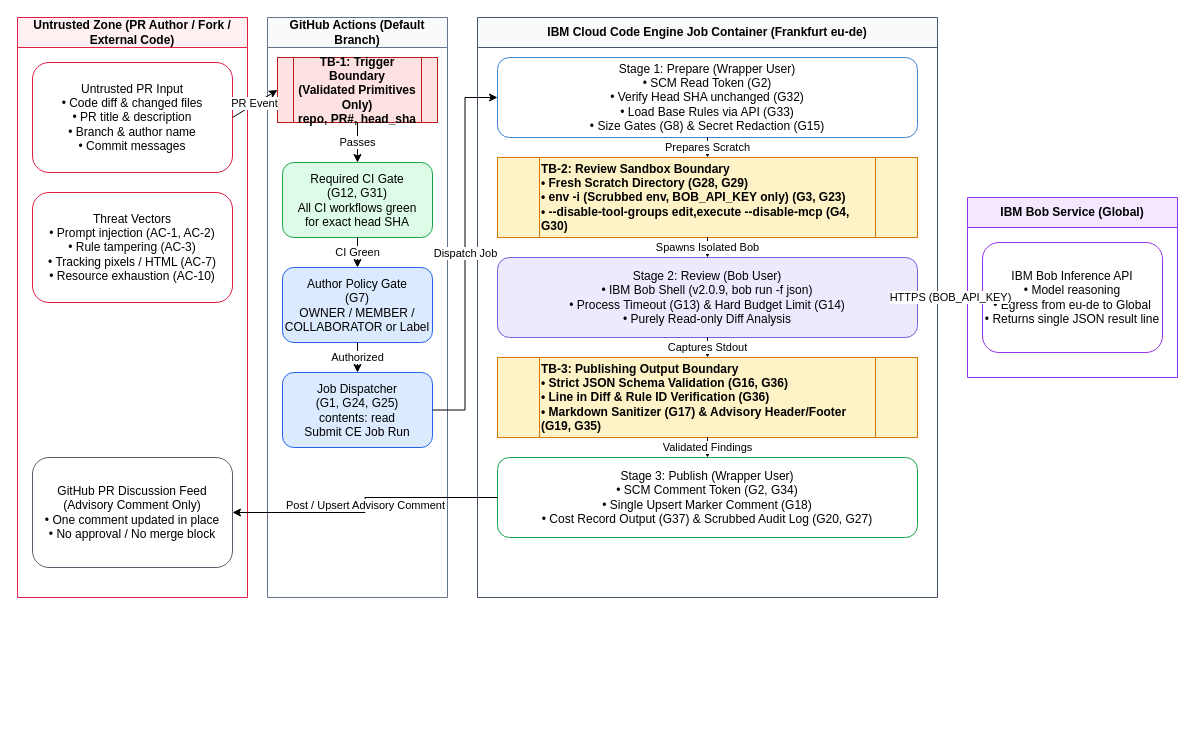
paolob67/pr-review-agent keeps this draw.io diagram as docs/diagrams/trust-boundaries.drawio. Above is the earlier version. Source tidied: cells renumbered, new cells numbered last; positions are measured from the earlier drawing's top-left corner, leaving out a move shared by most shapes. Both pictures are drawn from the tidied source at 100%, with x=0, y=0 at pixel (17, 17).
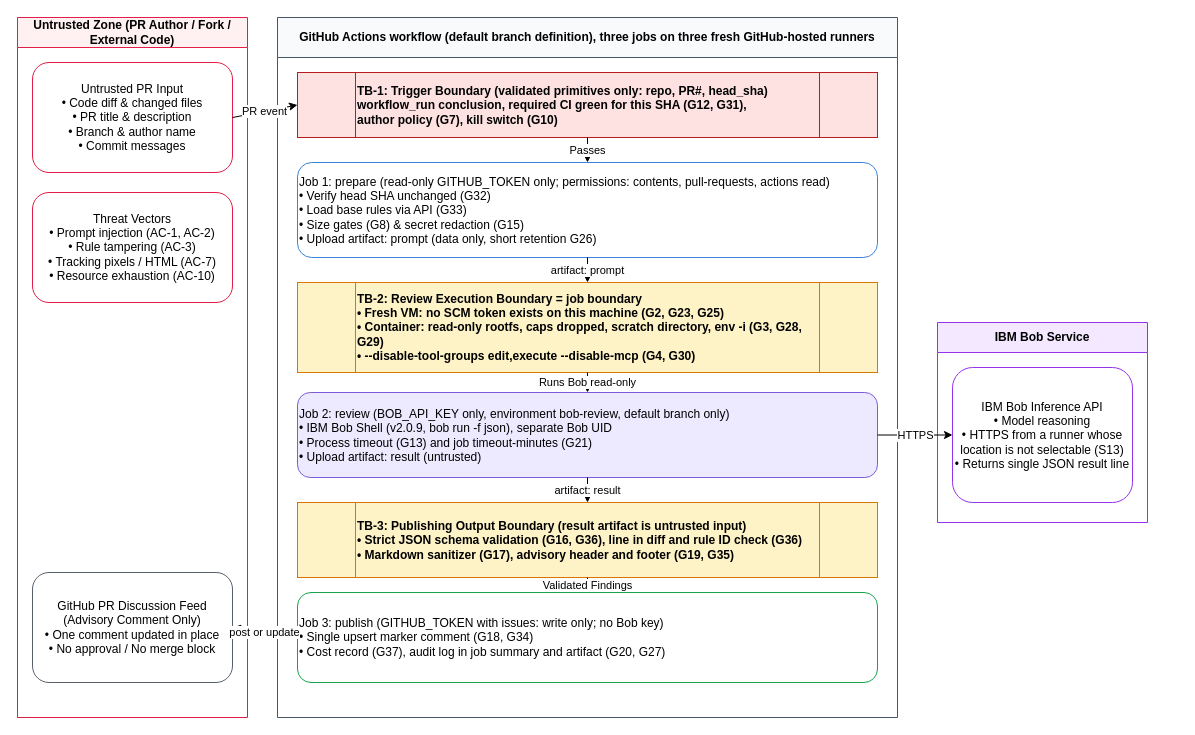
The same page after the edit.

Diff of the diagram source:
```diff
@@
     <mxCell id="2" value="Untrusted Zone (PR Author / Fork / External Code)" style="swimlane;whiteSpace=wrap;html=1;fillColor=#fff1f2;strokeColor=#e11d48;fontStyle=1;startSize=30;" parent="1" vertex="1">
-      <mxGeometry width="230" height="580" as="geometry" />
+      <mxGeometry width="230" height="700" as="geometry" />
     </mxCell>
-    <mxCell id="3" value="Untrusted PR Input&#10;• Code diff &amp;amp; changed files&#10;• PR title &amp;amp; description&#10;• Branch &amp;amp; author name&#10;• Commit messages" style="rounded=1;whiteSpace=wrap;html=1;fillColor=#ffffff;strokeColor=#e11d48;" parent="2" vertex="1">
+    <mxCell id="3" value="Untrusted PR Input&#10;• Code diff &amp; changed files&#10;• PR title &amp; description&#10;• Branch &amp; author name&#10;• Commit messages" style="rounded=1;whiteSpace=wrap;html=1;fillColor=#ffffff;strokeColor=#e11d48;" parent="2" vertex="1">
       <mxGeometry x="15" y="45" width="200" height="110" as="geometry" />
     </mxCell>
@@
     <mxCell id="5" value="GitHub PR Discussion Feed&#10;(Advisory Comment Only)&#10;• One comment updated in place&#10;• No approval / No merge block" style="rounded=1;whiteSpace=wrap;html=1;fillColor=#ffffff;strokeColor=#57606a;" parent="2" vertex="1">
-      <mxGeometry x="15" y="440" width="200" height="110" as="geometry" />
+      <mxGeometry x="15" y="555" width="200" height="110" as="geometry" />
     </mxCell>
-    <mxCell id="6" value="GitHub Actions (Default Branch)" style="swimlane;whiteSpace=wrap;html=1;fillColor=#f8fafc;strokeColor=#64748b;fontStyle=1;startSize=30;" parent="1" vertex="1">
-      <mxGeometry x="250" width="180" height="580" as="geometry" />
-    </mxCell>
+    <mxCell id="30" value="GitHub Actions workflow (default branch definition), three jobs on three fresh GitHub-hosted runners" style="swimlane;whiteSpace=wrap;html=1;fillColor=#f8fafc;strokeColor=#475569;fontStyle=1;startSize=40;" parent="1" vertex="1">
+      <mxGeometry x="260" width="620" height="700" as="geometry" />
+    </mxCell>
-    <mxCell id="7" value="TB-1: Trigger Boundary&#10;(Validated Primitives Only)&#10;repo, PR#, head_sha" style="shape=process;whiteSpace=wrap;html=1;backgroundOutline=1;fillColor=#fee2e2;strokeColor=#b91c1c;fontStyle=1;" parent="6" vertex="1">
-      <mxGeometry x="10" y="40" width="160" height="65" as="geometry" />
+    <mxCell id="7" value="TB-1: Trigger Boundary (validated primitives only: repo, PR#, head_sha)&#10;workflow_run conclusion, required CI green for this SHA (G12, G31),&#10;author policy (G7), kill switch (G10)" style="shape=process;whiteSpace=wrap;html=1;backgroundOutline=1;fillColor=#fee2e2;strokeColor=#b91c1c;fontStyle=1;align=left;" parent="30" vertex="1">
+      <mxGeometry x="20" y="55" width="580" height="65" as="geometry" />
     </mxCell>
-    <mxCell id="8" value="Required CI Gate&#10;(G12, G31)&#10;All CI workflows green&#10;for exact head SHA" style="rounded=1;whiteSpace=wrap;html=1;fillColor=#dcfce7;strokeColor=#16a34a;" parent="6" vertex="1">
-      <mxGeometry x="15" y="145" width="150" height="75" as="geometry" />
-    </mxCell>
-    <mxCell id="9" value="Author Policy Gate&#10;(G7)&#10;OWNER / MEMBER /&#10;COLLABORATOR or Label" style="rounded=1;whiteSpace=wrap;html=1;fillColor=#dbeafe;strokeColor=#2563eb;" parent="6" vertex="1">
-      <mxGeometry x="15" y="250" width="150" height="75" as="geometry" />
-    </mxCell>
-    <mxCell id="10" value="Job Dispatcher&#10;(G1, G24, G25)&#10;contents: read&#10;Submit CE Job Run" style="rounded=1;whiteSpace=wrap;html=1;fillColor=#dbeafe;strokeColor=#2563eb;" parent="6" vertex="1">
-      <mxGeometry x="15" y="355" width="150" height="75" as="geometry" />
-    </mxCell>
-    <mxCell id="11" value="IBM Cloud Code Engine Job Container (Frankfurt eu-de)" style="swimlane;whiteSpace=wrap;html=1;fillColor=#f8fafc;strokeColor=#475569;fontStyle=1;startSize=30;" parent="1" vertex="1">
-      <mxGeometry x="460" width="460" height="580" as="geometry" />
-    </mxCell>
-    <mxCell id="12" value="Stage 1: Prepare (Wrapper User)&#10;• SCM Read Token (G2)&#10;• Verify Head SHA unchanged (G32)&#10;• Load Base Rules via API (G33)&#10;• Size Gates (G8) &amp;amp; Secret Redaction (G15)" style="rounded=1;whiteSpace=wrap;html=1;fillColor=#ffffff;strokeColor=#3b82d4;" parent="11" vertex="1">
-      <mxGeometry x="20" y="40" width="420" height="80" as="geometry" />
+    <mxCell id="12" value="Job 1: prepare (read-only GITHUB_TOKEN only; permissions: contents, pull-requests, actions read)&#10;• Verify head SHA unchanged (G32) &#10;• Load base rules via API (G33)&#10;• Size gates (G8) &amp; secret redaction (G15)&#10;• Upload artifact: prompt (data only, short retention G26)" style="rounded=1;whiteSpace=wrap;html=1;fillColor=#ffffff;strokeColor=#3b82d4;align=left;" parent="30" vertex="1">
+      <mxGeometry x="20" y="145" width="580" height="95" as="geometry" />
     </mxCell>
-    <mxCell id="13" value="TB-2: Review Sandbox Boundary&#10;• Fresh Scratch Directory (G28, G29)&#10;• env -i (Scrubbed env, BOB_API_KEY only) (G3, G23)&#10;• --disable-tool-groups edit,execute --disable-mcp (G4, G30)" style="shape=process;whiteSpace=wrap;html=1;backgroundOutline=1;fillColor=#fef3c7;strokeColor=#d97706;fontStyle=1;align=left;" parent="11" vertex="1">
-      <mxGeometry x="20" y="140" width="420" height="80" as="geometry" />
+    <mxCell id="13" value="TB-2: Review Execution Boundary = job boundary&#10;• Fresh VM: no SCM token exists on this machine (G2, G23, G25)&#10;• Container: read-only rootfs, caps dropped, scratch directory, env -i (G3, G28, G29)&#10;• --disable-tool-groups edit,execute --disable-mcp (G4, G30)" style="shape=process;whiteSpace=wrap;html=1;backgroundOutline=1;fillColor=#fef3c7;strokeColor=#d97706;fontStyle=1;align=left;" parent="30" vertex="1">
+      <mxGeometry x="20" y="265" width="580" height="90" as="geometry" />
     </mxCell>
-    <mxCell id="14" value="Stage 2: Review (Bob User)&#10;• IBM Bob Shell (v2.0.9, bob run -f json)&#10;• Process Timeout (G13) &amp;amp; Hard Budget Limit (G14)&#10;• Purely Read-only Diff Analysis" style="rounded=1;whiteSpace=wrap;html=1;fillColor=#ede9fe;strokeColor=#7c5cd8;" parent="11" vertex="1">
-      <mxGeometry x="20" y="240" width="420" height="80" as="geometry" />
+    <mxCell id="14" value="Job 2: review (BOB_API_KEY only, environment bob-review, default branch only)&#10;• IBM Bob Shell (v2.0.9, bob run -f json), separate Bob UID&#10;• Process timeout (G13) and job timeout-minutes (G21)&#10;• Upload artifact: result (untrusted)" style="rounded=1;whiteSpace=wrap;html=1;fillColor=#ede9fe;strokeColor=#7c5cd8;align=left;" parent="30" vertex="1">
+      <mxGeometry x="20" y="375" width="580" height="85" as="geometry" />
     </mxCell>
-    <mxCell id="15" value="TB-3: Publishing Output Boundary&#10;• Strict JSON Schema Validation (G16, G36)&#10;• Line in Diff &amp;amp; Rule ID Verification (G36)&#10;• Markdown Sanitizer (G17) &amp;amp; Advisory Header/Footer (G19, G35)" style="shape=process;whiteSpace=wrap;html=1;backgroundOutline=1;fillColor=#fef3c7;strokeColor=#d97706;fontStyle=1;align=left;" parent="11" vertex="1">
-      <mxGeometry x="20" y="340" width="420" height="80" as="geometry" />
+    <mxCell id="15" value="TB-3: Publishing Output Boundary (result artifact is untrusted input)&#10;• Strict JSON schema validation (G16, G36), line in diff and rule ID check (G36)&#10;• Markdown sanitizer (G17), advisory header and footer (G19, G35)" style="shape=process;whiteSpace=wrap;html=1;backgroundOutline=1;fillColor=#fef3c7;strokeColor=#d97706;fontStyle=1;align=left;" parent="30" vertex="1">
+      <mxGeometry x="20" y="485" width="580" height="75" as="geometry" />
     </mxCell>
-    <mxCell id="16" value="Stage 3: Publish (Wrapper User)&#10;• SCM Comment Token (G2, G34)&#10;• Single Upsert Marker Comment (G18)&#10;• Cost Record Output (G37) &amp;amp; Scrubbed Audit Log (G20, G27)" style="rounded=1;whiteSpace=wrap;html=1;fillColor=#ffffff;strokeColor=#16a34a;" parent="11" vertex="1">
-      <mxGeometry x="20" y="440" width="420" height="80" as="geometry" />
+    <mxCell id="16" value="Job 3: publish (GITHUB_TOKEN with issues: write only; no Bob key)&#10;• Single upsert marker comment (G18, G34) &#10;• Cost record (G37), audit log in job summary and artifact (G20, G27)" style="rounded=1;whiteSpace=wrap;html=1;fillColor=#ffffff;strokeColor=#16a34a;align=left;" parent="30" vertex="1">
+      <mxGeometry x="20" y="575" width="580" height="90" as="geometry" />
     </mxCell>
-    <mxCell id="17" value="IBM Bob Service (Global)" style="swimlane;whiteSpace=wrap;html=1;fillColor=#f3e8ff;strokeColor=#9333ea;fontStyle=1;startSize=30;" parent="1" vertex="1">
-      <mxGeometry x="950" y="180" width="210" height="180" as="geometry" />
+    <mxCell id="17" value="IBM Bob Service" style="swimlane;whiteSpace=wrap;html=1;fillColor=#f3e8ff;strokeColor=#9333ea;fontStyle=1;startSize=30;" parent="1" vertex="1">
+      <mxGeometry x="920" y="305" width="210" height="200" as="geometry" />
     </mxCell>
-    <mxCell id="18" value="IBM Bob Inference API&#10;• Model reasoning&#10;• Egress from eu-de to Global&#10;• Returns single JSON result line" style="rounded=1;whiteSpace=wrap;html=1;fillColor=#ffffff;strokeColor=#9333ea;" parent="17" vertex="1">
-      <mxGeometry x="15" y="45" width="180" height="110" as="geometry" />
+    <mxCell id="18" value="IBM Bob Inference API&#10;• Model reasoning&#10;• HTTPS from a runner whose location is not selectable (S13)&#10;• Returns single JSON result line" style="rounded=1;whiteSpace=wrap;html=1;fillColor=#ffffff;strokeColor=#9333ea;" parent="17" vertex="1">
+      <mxGeometry x="15" y="45" width="180" height="135" as="geometry" />
     </mxCell>
-    <mxCell id="19" value="PR Event" style="endArrow=classic;html=1;rounded=0;exitX=1;exitY=0.5;entryX=0;entryY=0.5;" parent="1" edge="1" source="3" target="7">
+    <mxCell id="19" value="PR event" style="endArrow=classic;html=1;rounded=0;exitX=1;exitY=0.5;entryX=0;entryY=0.5;" parent="1" edge="1" source="3" target="7">
       <mxGeometry relative="1" as="geometry" />
     </mxCell>
-    <mxCell id="20" value="Passes" style="endArrow=classic;html=1;rounded=0;exitX=0.5;exitY=1;entryX=0.5;entryY=0;" parent="6" edge="1" source="7" target="8">
+    <mxCell id="20" value="Passes" style="endArrow=classic;html=1;rounded=0;exitX=0.5;exitY=1;entryX=0.5;entryY=0;" parent="30" edge="1" source="7" target="12">
       <mxGeometry relative="1" as="geometry" />
     </mxCell>
-    <mxCell id="21" value="CI Green" style="endArrow=classic;html=1;rounded=0;exitX=0.5;exitY=1;entryX=0.5;entryY=0;" parent="6" edge="1" source="8" target="9">
-      <mxGeometry relative="1" as="geometry" />
-    </mxCell>
-    <mxCell id="22" value="Authorized" style="endArrow=classic;html=1;rounded=0;exitX=0.5;exitY=1;entryX=0.5;entryY=0;" parent="6" edge="1" source="9" target="10">
-      <mxGeometry relative="1" as="geometry" />
-    </mxCell>
-    <mxCell id="23" value="Dispatch Job" style="endArrow=classic;html=1;rounded=0;exitX=1;exitY=0.5;entryX=0;entryY=0.5;edgeStyle=orthogonalEdgeStyle;" parent="1" edge="1" source="10" target="12">
-      <mxGeometry relative="1" as="geometry" />
-    </mxCell>
-    <mxCell id="24" value="Prepares Scratch" style="endArrow=classic;html=1;rounded=0;exitX=0.5;exitY=1;entryX=0.5;entryY=0;" parent="11" edge="1" source="12" target="13">
+    <mxCell id="24" value="artifact: prompt" style="endArrow=classic;html=1;rounded=0;exitX=0.5;exitY=1;entryX=0.5;entryY=0;" parent="30" edge="1" source="12" target="13">
       <mxGeometry relative="1" as="geometry" />
     </mxCell>
-    <mxCell id="25" value="Spawns Isolated Bob" style="endArrow=classic;html=1;rounded=0;exitX=0.5;exitY=1;entryX=0.5;entryY=0;" parent="11" edge="1" source="13" target="14">
+    <mxCell id="25" value="Runs Bob read-only" style="endArrow=classic;html=1;rounded=0;exitX=0.5;exitY=1;entryX=0.5;entryY=0;" parent="30" edge="1" source="13" target="14">
       <mxGeometry relative="1" as="geometry" />
     </mxCell>
-    <mxCell id="26" value="HTTPS (BOB_API_KEY)" style="endArrow=classic;html=1;rounded=0;exitX=1;exitY=0.5;entryX=0;entryY=0.5;" parent="1" edge="1" source="14" target="18">
+    <mxCell id="26" value="HTTPS" style="endArrow=classic;html=1;rounded=0;exitX=1;exitY=0.5;entryX=0;entryY=0.5;" parent="1" edge="1" source="14" target="18">
       <mxGeometry relative="1" as="geometry" />
     </mxCell>
-    <mxCell id="27" value="Captures Stdout" style="endArrow=classic;html=1;rounded=0;exitX=0.5;exitY=1;entryX=0.5;entryY=0;" parent="11" edge="1" source="14" target="15">
+    <mxCell id="27" value="artifact: result" style="endArrow=classic;html=1;rounded=0;exitX=0.5;exitY=1;entryX=0.5;entryY=0;" parent="30" edge="1" source="14" target="15">
       <mxGeometry relative="1" as="geometry" />
     </mxCell>
-    <mxCell id="28" value="Validated Findings" style="endArrow=classic;html=1;rounded=0;exitX=0.5;exitY=1;entryX=0.5;entryY=0;" parent="11" edge="1" source="15" target="16">
+    <mxCell id="28" value="Validated Findings" style="endArrow=classic;html=1;rounded=0;exitX=0.5;exitY=1;entryX=0.5;entryY=0;" parent="30" edge="1" source="15" target="16">
       <mxGeometry relative="1" as="geometry" />
     </mxCell>
-    <mxCell id="29" value="Post / Upsert Advisory Comment" style="endArrow=classic;html=1;rounded=0;exitX=0;exitY=0.5;entryX=1;entryY=0.5;edgeStyle=orthogonalEdgeStyle;" parent="1" edge="1" source="16" target="5">
+    <mxCell id="29" value="post or update" style="endArrow=classic;html=1;rounded=0;exitX=0;exitY=0.5;entryX=1;entryY=0.5;" parent="1" edge="1" source="16" target="5">
       <mxGeometry relative="1" as="geometry" />
     </mxCell>
```
